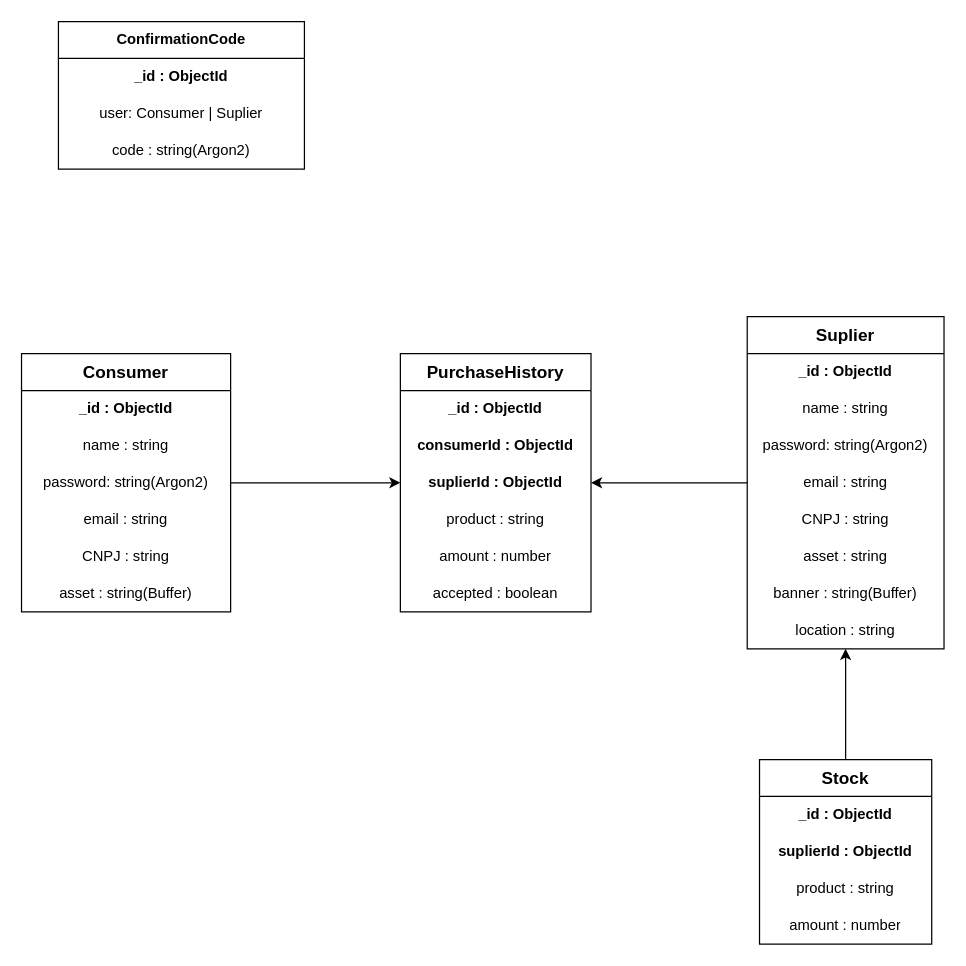
Earlier version of the draw.io diagram Mongo Models.drawio (rettek-org/rettek-docs). Source tidied: cells renumbered, new cells numbered last; positions are measured from the earlier drawing's top-left corner, leaving out a move shared by most shapes. Both pictures are drawn from the tidied source at 123%, with x=0, y=0 at pixel (21, 21).
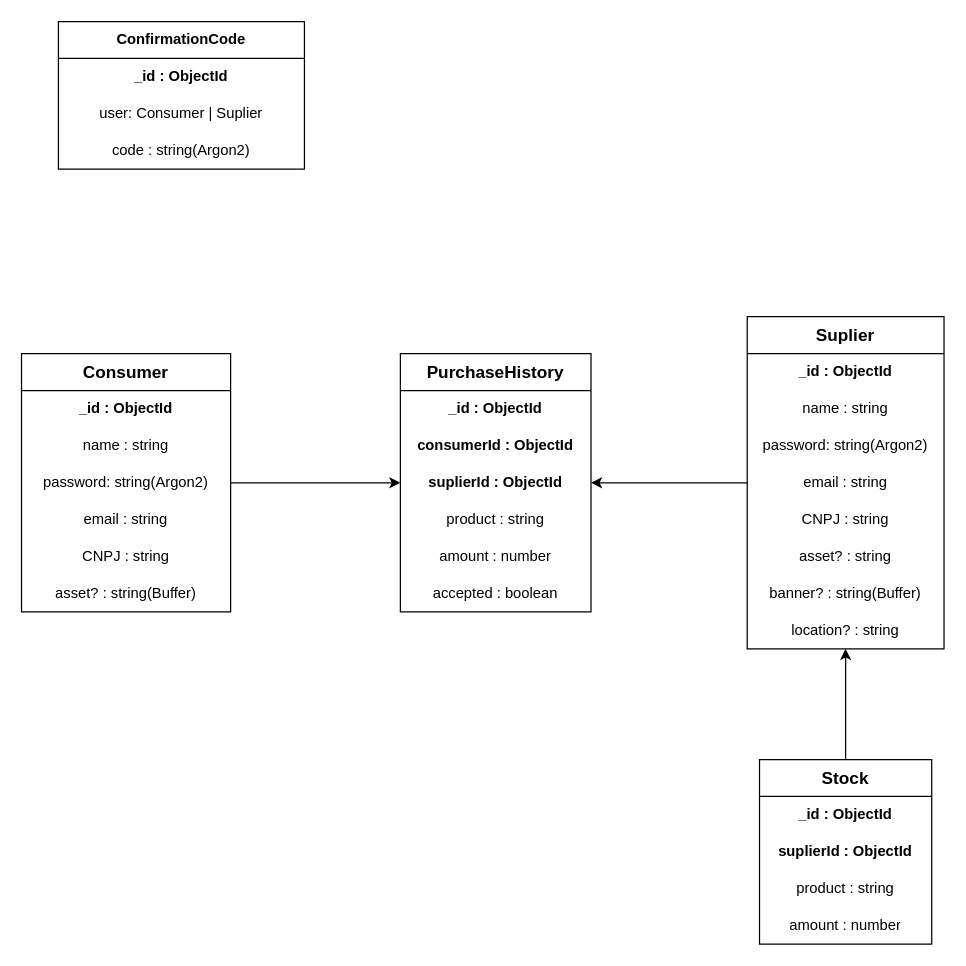
The same diagram, later.

Commit message (it also covers changes not shown here):
optional fields

Unchanged cells that the change refers to:
```xml
<mxCell id="7" value="&lt;b&gt;&lt;font style=&quot;font-size: 14px;&quot;&gt;Consumer&lt;/font&gt;&lt;/b&gt;" style="swimlane;fontStyle=0;horizontal=1;startSize=30;whiteSpace=wrap;html=1;align=center;" parent="1" vertex="1">
  <mxGeometry y="270" width="170" height="210" as="geometry" />
</mxCell>
<mxCell id="15" value="&lt;b&gt;&lt;font style=&quot;font-size: 14px;&quot;&gt;Suplier&lt;/font&gt;&lt;/b&gt;" style="swimlane;fontStyle=0;horizontal=1;startSize=30;whiteSpace=wrap;html=1;align=center;" parent="1" vertex="1">
  <mxGeometry x="590" y="240" width="160" height="270" as="geometry" />
</mxCell>
```

What changed in the source:
```diff
@@
-    <mxCell id="13" value="asset : string(Buffer)" style="text;strokeColor=none;fillColor=none;align=center;verticalAlign=middle;spacingLeft=4;spacingRight=4;overflow=hidden;whiteSpace=wrap;html=1;" parent="7" vertex="1">
+    <mxCell id="13" value="asset? : string(Buffer)" style="text;strokeColor=none;fillColor=none;align=center;verticalAlign=middle;spacingLeft=4;spacingRight=4;overflow=hidden;whiteSpace=wrap;html=1;" parent="7" vertex="1">
       <mxGeometry y="180" width="170" height="30" as="geometry" />
     </mxCell>
@@
-    <mxCell id="21" value="asset : string" style="text;strokeColor=none;fillColor=none;align=center;verticalAlign=middle;spacingLeft=4;spacingRight=4;overflow=hidden;whiteSpace=wrap;html=1;" parent="15" vertex="1">
+    <mxCell id="21" value="asset? : string" style="text;strokeColor=none;fillColor=none;align=center;verticalAlign=middle;spacingLeft=4;spacingRight=4;overflow=hidden;whiteSpace=wrap;html=1;" parent="15" vertex="1">
       <mxGeometry y="180" width="160" height="30" as="geometry" />
     </mxCell>
-    <mxCell id="22" value="banner : string(Buffer)" style="text;strokeColor=none;fillColor=none;align=center;verticalAlign=middle;spacingLeft=4;spacingRight=4;overflow=hidden;whiteSpace=wrap;html=1;" parent="15" vertex="1">
+    <mxCell id="22" value="banner? : string(Buffer)" style="text;strokeColor=none;fillColor=none;align=center;verticalAlign=middle;spacingLeft=4;spacingRight=4;overflow=hidden;whiteSpace=wrap;html=1;" parent="15" vertex="1">
       <mxGeometry y="210" width="160" height="30" as="geometry" />
     </mxCell>
-    <mxCell id="23" value="location : string" style="text;strokeColor=none;fillColor=none;align=center;verticalAlign=middle;spacingLeft=4;spacingRight=4;overflow=hidden;whiteSpace=wrap;html=1;" parent="15" vertex="1">
+    <mxCell id="23" value="location? : string" style="text;strokeColor=none;fillColor=none;align=center;verticalAlign=middle;spacingLeft=4;spacingRight=4;overflow=hidden;whiteSpace=wrap;html=1;" parent="15" vertex="1">
       <mxGeometry y="240" width="160" height="30" as="geometry" />
     </mxCell>
```
